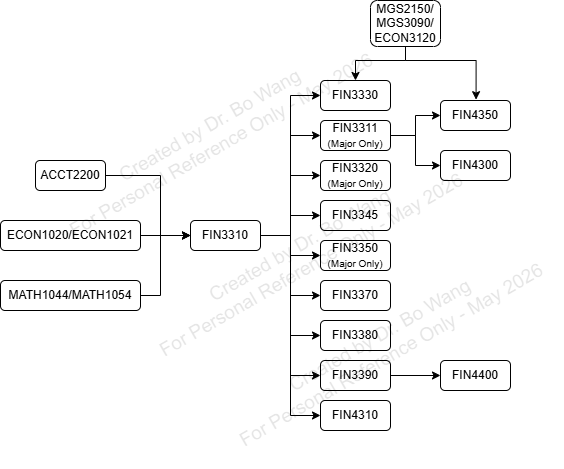
The draw.io diagram static/images/fin-course-map.png in bwang54/bwang54.github.io, before a commit. Source tidied: cells renumbered, new cells last; positions are measured from the earlier drawing's top-left corner, leaving out a move shared by most shapes.
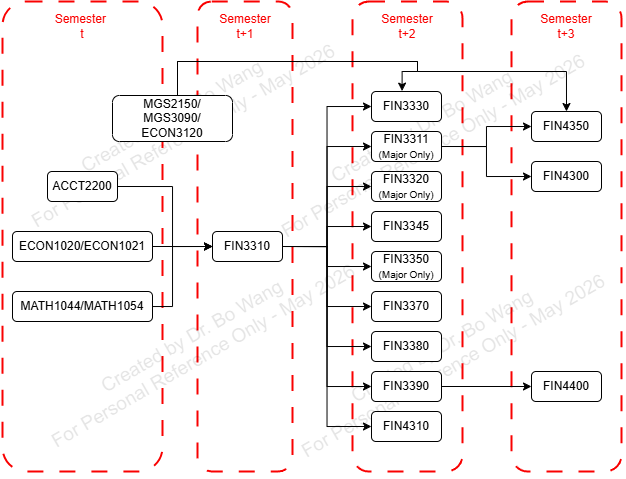
Later version of the same file.

Commit message:
Updated the fin course map

Diff of the diagram source:
```diff
@@ -2,6 +2,27 @@
   <root>
     <mxCell id="0" />
     <mxCell id="1" parent="0" />
+    <mxCell id="39" style="rounded=1;whiteSpace=wrap;html=1;fillColor=none;fontColor=#333333;strokeColor=light-dark(#f90101, #959595);dashed=1;dashPattern=8 8;strokeWidth=2;" parent="1" vertex="1">
+      <mxGeometry x="340" y="-10" width="110" height="470" as="geometry" />
+    </mxCell>
+    <mxCell id="40" style="rounded=1;whiteSpace=wrap;html=1;fillColor=none;fontColor=#333333;strokeColor=light-dark(#f90101, #959595);dashed=1;dashPattern=8 8;strokeWidth=2;" parent="1" vertex="1">
+      <mxGeometry x="499" y="-10" width="110" height="470" as="geometry" />
+    </mxCell>
+    <mxCell id="36" value="&lt;div&gt;&lt;font style=&quot;font-size: 19px;&quot;&gt;Created by Dr. Bo Wang&lt;/font&gt;&lt;div&gt;&lt;font style=&quot;font-size: 19px;&quot;&gt;For Personal Reference Only - May 2026&lt;/font&gt;&lt;/div&gt;&lt;/div&gt;" style="text;html=1;align=center;verticalAlign=middle;rounded=0;rotation=-30;fillColor=none;textOpacity=10;" parent="1" vertex="1">
+      <mxGeometry x="-20" y="80" width="370" height="70" as="geometry" />
+    </mxCell>
+    <mxCell id="37" value="&lt;div&gt;&lt;font style=&quot;font-size: 19px;&quot;&gt;Created by Dr. Bo Wang&lt;/font&gt;&lt;div&gt;&lt;font style=&quot;font-size: 19px;&quot;&gt;For Personal Reference Only - May 2026&lt;/font&gt;&lt;/div&gt;&lt;/div&gt;" style="text;html=1;align=center;verticalAlign=middle;rounded=0;rotation=-30;fillColor=none;textOpacity=10;" parent="1" vertex="1">
+      <mxGeometry x="230" y="90" width="370" height="70" as="geometry" />
+    </mxCell>
+    <mxCell id="38" value="&lt;div&gt;&lt;font style=&quot;font-size: 19px;&quot;&gt;Created by Dr. Bo Wang&lt;/font&gt;&lt;div&gt;&lt;font style=&quot;font-size: 19px;&quot;&gt;For Personal Reference Only - May 2026&lt;/font&gt;&lt;/div&gt;&lt;/div&gt;" style="text;html=1;align=center;verticalAlign=middle;rounded=0;rotation=-30;fillColor=none;textOpacity=10;" parent="1" vertex="1">
+      <mxGeometry x="250" y="310" width="370" height="70" as="geometry" />
+    </mxCell>
+    <mxCell id="41" style="rounded=1;whiteSpace=wrap;html=1;fillColor=none;fontColor=#333333;strokeColor=light-dark(#f90101, #959595);dashed=1;dashPattern=8 8;strokeWidth=2;" parent="1" vertex="1">
+      <mxGeometry x="185" y="-10" width="95" height="470" as="geometry" />
+    </mxCell>
+    <mxCell id="42" style="rounded=1;whiteSpace=wrap;html=1;fillColor=none;fontColor=#333333;strokeColor=light-dark(#f90101, #959595);dashed=1;dashPattern=8 8;strokeWidth=2;" parent="1" vertex="1">
+      <mxGeometry x="-10" y="-10" width="160" height="470" as="geometry" />
+    </mxCell>
     <mxCell id="2" style="edgeStyle=orthogonalEdgeStyle;rounded=0;jettySize=auto;html=1;exitX=1;exitY=0.5;exitDx=0;exitDy=0;entryX=0;entryY=0.5;entryDx=0;entryDy=0;" parent="1" edge="1" source="11" target="20">
       <mxGeometry relative="1" as="geometry" />
     </mxCell>
@@ -30,7 +51,7 @@
       <mxGeometry relative="1" as="geometry" />
     </mxCell>
     <mxCell id="11" value="FIN3310" style="rounded=1;whiteSpace=wrap;html=1;" parent="1" vertex="1">
-      <mxGeometry x="190" y="220" width="70" height="30" as="geometry" />
+      <mxGeometry x="200" y="220" width="70" height="30" as="geometry" />
     </mxCell>
     <mxCell id="12" style="edgeStyle=orthogonalEdgeStyle;rounded=0;jettySize=auto;html=1;exitX=1;exitY=0.5;exitDx=0;exitDy=0;entryX=0;entryY=0.5;entryDx=0;entryDy=0;" parent="1" edge="1" source="13" target="11">
       <mxGeometry relative="1" as="geometry">
@@ -67,72 +88,81 @@
       <mxGeometry relative="1" as="geometry" />
     </mxCell>
     <mxCell id="20" value="FIN3311&lt;div&gt;&lt;font style=&quot;font-size: 10px;&quot;&gt;(Major Only)&lt;/font&gt;&lt;/div&gt;" style="rounded=1;whiteSpace=wrap;html=1;" parent="1" vertex="1">
-      <mxGeometry x="320" y="120" width="70" height="30" as="geometry" />
+      <mxGeometry x="359" y="120" width="70" height="30" as="geometry" />
     </mxCell>
     <mxCell id="21" value="FIN3320&lt;div&gt;&lt;font style=&quot;font-size: 10px;&quot;&gt;(Major Only)&lt;/font&gt;&lt;/div&gt;" style="rounded=1;whiteSpace=wrap;html=1;" parent="1" vertex="1">
-      <mxGeometry x="320" y="160" width="70" height="30" as="geometry" />
+      <mxGeometry x="359" y="160" width="70" height="30" as="geometry" />
     </mxCell>
-    <mxCell id="22" style="edgeStyle=orthogonalEdgeStyle;rounded=0;jettySize=auto;html=1;exitX=0.5;exitY=1;exitDx=0;exitDy=0;entryX=0.5;entryY=0;entryDx=0;entryDy=0;" parent="1" edge="1" source="24" target="35">
+    <mxCell id="22" style="edgeStyle=orthogonalEdgeStyle;rounded=0;jettySize=auto;html=1;exitX=0.5;exitY=0;exitDx=0;exitDy=0;entryX=0.437;entryY=-0.013;entryDx=0;entryDy=0;entryPerimeter=0;" parent="1" edge="1" source="24" target="35">
       <mxGeometry relative="1" as="geometry">
         <Array as="points">
+          <mxPoint x="165" y="50" />
+          <mxPoint x="405" y="50" />
           <mxPoint x="405" y="60" />
-          <mxPoint x="355" y="60" />
+          <mxPoint x="390" y="60" />
         </Array>
       </mxGeometry>
     </mxCell>
-    <mxCell id="23" style="edgeStyle=orthogonalEdgeStyle;rounded=0;jettySize=auto;html=1;exitX=0.5;exitY=1;exitDx=0;exitDy=0;" parent="1" edge="1" source="24">
+    <mxCell id="23" style="edgeStyle=orthogonalEdgeStyle;rounded=0;jettySize=auto;html=1;exitX=0.5;exitY=0;exitDx=0;exitDy=0;entryX=0.5;entryY=0;entryDx=0;entryDy=0;" parent="1" edge="1" source="24" target="33">
       <mxGeometry relative="1" as="geometry">
-        <mxPoint x="475.6" y="99.1" as="targetPoint" />
         <Array as="points">
+          <mxPoint x="165" y="50" />
+          <mxPoint x="405" y="50" />
           <mxPoint x="405" y="60" />
-          <mxPoint x="476" y="60" />
+          <mxPoint x="554" y="60" />
         </Array>
       </mxGeometry>
     </mxCell>
     <mxCell id="24" value="MGS2150/&lt;div&gt;MGS3090/&lt;/div&gt;&lt;div&gt;ECON3120&lt;/div&gt;" style="rounded=1;whiteSpace=wrap;html=1;" parent="1" vertex="1">
-      <mxGeometry x="370" width="70" height="46" as="geometry" />
+      <mxGeometry x="100" y="84" width="120" height="46" as="geometry" />
     </mxCell>
     <mxCell id="25" value="FIN3345" style="rounded=1;whiteSpace=wrap;html=1;" parent="1" vertex="1">
-      <mxGeometry x="320" y="200" width="70" height="30" as="geometry" />
+      <mxGeometry x="359" y="200" width="70" height="30" as="geometry" />
     </mxCell>
     <mxCell id="26" value="FIN3350&lt;div&gt;&lt;font style=&quot;font-size: 10px;&quot;&gt;(Major Only)&lt;/font&gt;&lt;/div&gt;" style="rounded=1;whiteSpace=wrap;html=1;" parent="1" vertex="1">
-      <mxGeometry x="320" y="240" width="70" height="30" as="geometry" />
+      <mxGeometry x="359" y="240" width="70" height="30" as="geometry" />
     </mxCell>
     <mxCell id="27" value="FIN3370" style="rounded=1;whiteSpace=wrap;html=1;" parent="1" vertex="1">
-      <mxGeometry x="320" y="280" width="70" height="30" as="geometry" />
+      <mxGeometry x="359" y="280" width="70" height="30" as="geometry" />
     </mxCell>
     <mxCell id="28" value="FIN3380" style="rounded=1;whiteSpace=wrap;html=1;" parent="1" vertex="1">
-      <mxGeometry x="320" y="320" width="70" height="30" as="geometry" />
+      <mxGeometry x="359" y="320" width="70" height="30" as="geometry" />
     </mxCell>
     <mxCell id="29" style="edgeStyle=orthogonalEdgeStyle;rounded=0;jettySize=auto;html=1;exitX=1;exitY=0.5;exitDx=0;exitDy=0;entryX=0;entryY=0.5;entryDx=0;entryDy=0;" parent="1" edge="1" source="30" target="34">
       <mxGeometry relative="1" as="geometry" />
     </mxCell>
     <mxCell id="30" value="FIN3390" style="rounded=1;whiteSpace=wrap;html=1;" parent="1" vertex="1">
-      <mxGeometry x="320" y="360" width="70" height="30" as="geometry" />
+      <mxGeometry x="359" y="360" width="70" height="30" as="geometry" />
     </mxCell>
     <mxCell id="31" value="FIN4300" style="rounded=1;whiteSpace=wrap;html=1;" parent="1" vertex="1">
-      <mxGeometry x="440" y="150" width="70" height="30" as="geometry" />
+      <mxGeometry x="519" y="150" width="70" height="30" as="geometry" />
     </mxCell>
     <mxCell id="32" value="FIN4310" style="rounded=1;whiteSpace=wrap;html=1;" parent="1" vertex="1">
-      <mxGeometry x="320" y="400" width="70" height="30" as="geometry" />
+      <mxGeometry x="359" y="400" width="70" height="30" as="geometry" />
     </mxCell>
     <mxCell id="33" value="FIN4350" style="rounded=1;whiteSpace=wrap;html=1;" parent="1" vertex="1">
-      <mxGeometry x="440" y="100" width="70" height="30" as="geometry" />
+      <mxGeometry x="519" y="100" width="70" height="30" as="geometry" />
     </mxCell>
     <mxCell id="34" value="FIN4400" style="rounded=1;whiteSpace=wrap;html=1;" parent="1" vertex="1">
-      <mxGeometry x="440" y="360" width="70" height="30" as="geometry" />
+      <mxGeometry x="519" y="360" width="70" height="30" as="geometry" />
     </mxCell>
     <mxCell id="35" value="FIN3330" style="rounded=1;whiteSpace=wrap;html=1;" parent="1" vertex="1">
-      <mxGeometry x="320" y="80" width="70" height="30" as="geometry" />
+      <mxGeometry x="359" y="80" width="70" height="30" as="geometry" />
     </mxCell>
-    <mxCell id="36" value="&lt;div&gt;&lt;font style=&quot;font-size: 19px;&quot;&gt;Created by Dr. Bo Wang&lt;/font&gt;&lt;div&gt;&lt;font style=&quot;font-size: 19px;&quot;&gt;For Personal Reference Only - May 2026&lt;/font&gt;&lt;/div&gt;&lt;/div&gt;" style="text;html=1;align=center;verticalAlign=middle;rounded=0;rotation=-30;fillColor=none;textOpacity=10;" parent="1" vertex="1">
-      <mxGeometry x="30" y="100" width="370" height="70" as="geometry" />
-    </mxCell>
-    <mxCell id="37" value="&lt;div&gt;&lt;font style=&quot;font-size: 19px;&quot;&gt;Created by Dr. Bo Wang&lt;/font&gt;&lt;div&gt;&lt;font style=&quot;font-size: 19px;&quot;&gt;For Personal Reference Only - May 2026&lt;/font&gt;&lt;/div&gt;&lt;/div&gt;" style="text;html=1;align=center;verticalAlign=middle;rounded=0;rotation=-30;fillColor=none;textOpacity=10;" parent="1" vertex="1">
-      <mxGeometry x="120" y="220" width="370" height="70" as="geometry" />
-    </mxCell>
-    <mxCell id="38" value="&lt;div&gt;&lt;font style=&quot;font-size: 19px;&quot;&gt;Created by Dr. Bo Wang&lt;/font&gt;&lt;div&gt;&lt;font style=&quot;font-size: 19px;&quot;&gt;For Personal Reference Only - May 2026&lt;/font&gt;&lt;/div&gt;&lt;/div&gt;" style="text;html=1;align=center;verticalAlign=middle;rounded=0;rotation=-30;fillColor=none;textOpacity=10;" parent="1" vertex="1">
-      <mxGeometry x="200" y="310" width="370" height="70" as="geometry" />
-    </mxCell>
+    <mxCell id="43" value="&lt;span style=&quot;&quot;&gt;Semester&amp;nbsp;&lt;/span&gt;&lt;div&gt;&lt;span style=&quot;&quot;&gt;t&lt;/span&gt;&lt;/div&gt;" style="text;html=1;whiteSpace=wrap;strokeColor=none;fillColor=none;align=center;verticalAlign=middle;rounded=0;fontColor=light-dark(#fa0000, #ededed);" parent="1" vertex="1">
+      <mxGeometry x="35" width="70" height="30" as="geometry" />
+    </mxCell>
+    <mxCell id="44" value="&lt;span style=&quot;&quot;&gt;Semester t+1&lt;/span&gt;" style="text;html=1;whiteSpace=wrap;strokeColor=none;fillColor=none;align=center;verticalAlign=middle;rounded=0;fontColor=light-dark(#fa0000, #ededed);" parent="1" vertex="1">
+      <mxGeometry x="197.5" width="70" height="30" as="geometry" />
+    </mxCell>
+    <mxCell id="45" value="&lt;span style=&quot;&quot;&gt;Semester t+2&lt;/span&gt;" style="text;html=1;whiteSpace=wrap;strokeColor=none;fillColor=none;align=center;verticalAlign=middle;rounded=0;fontColor=light-dark(#fa0000, #ededed);" parent="1" vertex="1">
+      <mxGeometry x="360" width="70" height="30" as="geometry" />
+    </mxCell>
+    <mxCell id="46" value="&lt;span style=&quot;&quot;&gt;Semester t+3&lt;/span&gt;" style="text;html=1;whiteSpace=wrap;strokeColor=none;fillColor=none;align=center;verticalAlign=middle;rounded=0;fontColor=light-dark(#fa0000, #ededed);" parent="1" vertex="1">
+      <mxGeometry x="519" width="70" height="30" as="geometry" />
+    </mxCell>
+    <mxCell id="47" value="&lt;div&gt;&lt;font style=&quot;font-size: 19px;&quot;&gt;Created by Dr. Bo Wang&lt;/font&gt;&lt;div&gt;&lt;font style=&quot;font-size: 19px;&quot;&gt;For Personal Reference Only - May 2026&lt;/font&gt;&lt;/div&gt;&lt;/div&gt;" style="text;html=1;align=center;verticalAlign=middle;rounded=0;rotation=-30;fillColor=none;textOpacity=10;" parent="1" vertex="1">
+      <mxGeometry y="300" width="370" height="70" as="geometry" />
+    </mxCell>
   </root>
 </mxGraphModel>
```
